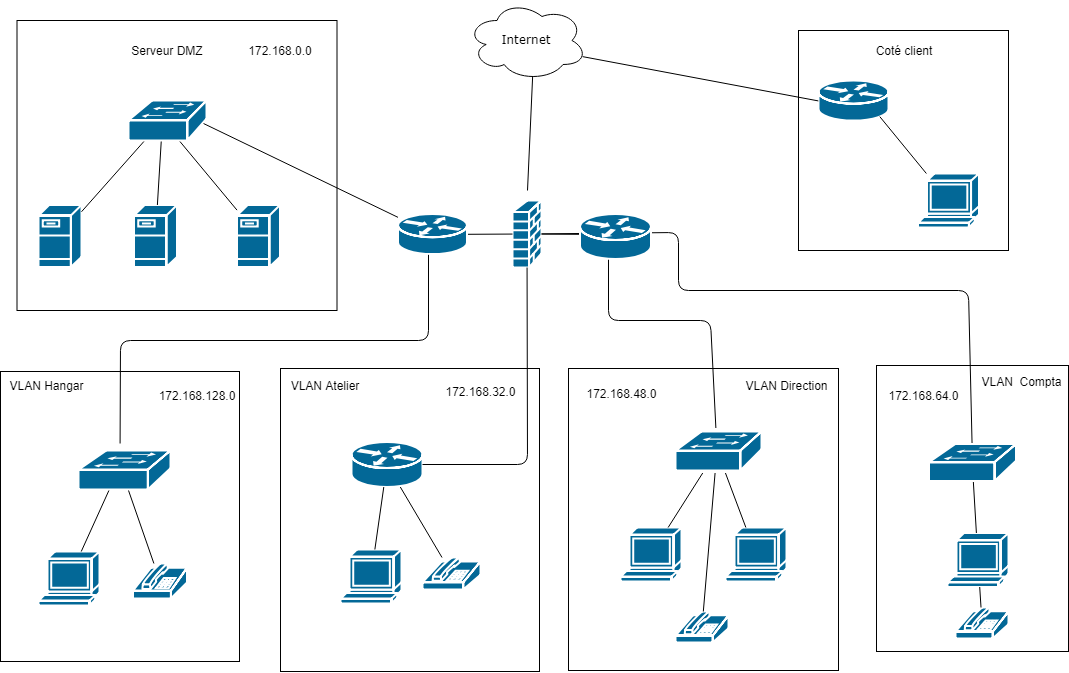
Earlier version of the draw.io export schémas/WoodyToys.png (robinp12/Projet-Admin). Source tidied: cells renumbered, new cells last; positions are measured from the earlier drawing's top-left corner, leaving out a move shared by most shapes.
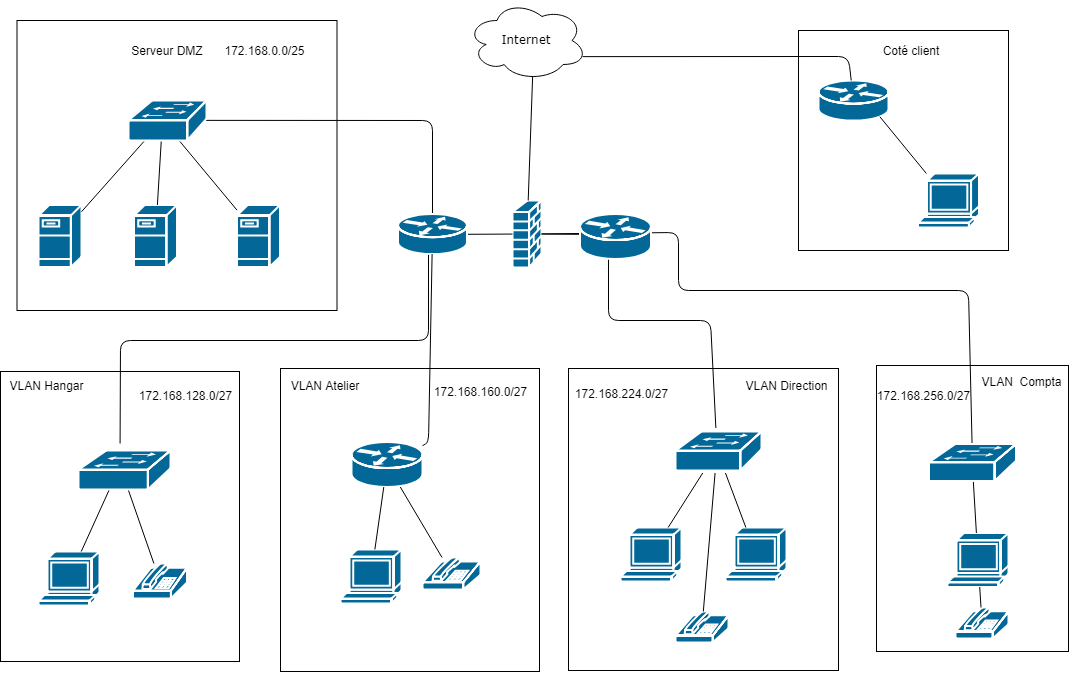
Above is the later version.

The edit, as a diff of the source:
```diff
@@ -15,7 +15,7 @@
       <mxGeometry x="798" y="30" width="210" height="220" as="geometry" />
     </mxCell>
     <mxCell id="6" value="Coté client" style="text;html=1;strokeColor=none;fillColor=none;align=center;verticalAlign=middle;whiteSpace=wrap;rounded=0;" parent="1" vertex="1">
-      <mxGeometry x="858" y="30" width="90" height="40" as="geometry" />
+      <mxGeometry x="865" y="30" width="90" height="40" as="geometry" />
     </mxCell>
     <mxCell id="7" style="shape=mxgraph.cisco.computers_and_peripherals.terminal;html=1;dashed=0;fillColor=#036897;strokeColor=#ffffff;strokeWidth=2;verticalLabelPosition=bottom;verticalAlign=top;align=center;outlineConnect=0;" parent="1" vertex="1">
       <mxGeometry x="917.5" y="173" width="61" height="54" as="geometry" />
@@ -23,13 +23,15 @@
     <mxCell id="8" style="shape=mxgraph.cisco.routers.router;html=1;dashed=0;fillColor=#036897;strokeColor=#ffffff;strokeWidth=2;verticalLabelPosition=bottom;verticalAlign=top;align=center;outlineConnect=0;" parent="1" vertex="1">
       <mxGeometry x="818" y="80" width="70" height="40" as="geometry" />
     </mxCell>
-    <mxCell id="9" style="endArrow=none;html=1;entryX=0.55;entryY=0.95;entryDx=0;entryDy=0;entryPerimeter=0;" parent="1" edge="1" target="2">
-      <mxGeometry relative="1" as="geometry">
-        <mxPoint x="527" y="190" as="sourcePoint" />
-      </mxGeometry>
+    <mxCell id="9" style="endArrow=none;html=1;entryX=0.55;entryY=0.95;entryDx=0;entryDy=0;entryPerimeter=0;" parent="1" edge="1" source="4" target="2">
+      <mxGeometry relative="1" as="geometry" />
     </mxCell>
-    <mxCell id="10" style="endArrow=none;html=1;entryX=0.96;entryY=0.7;entryDx=0;entryDy=0;entryPerimeter=0;exitX=0;exitY=0.5;exitDx=0;exitDy=0;exitPerimeter=0;" parent="1" edge="1" source="8" target="2">
-      <mxGeometry relative="1" as="geometry" />
+    <mxCell id="10" style="endArrow=none;html=1;entryX=0.96;entryY=0.7;entryDx=0;entryDy=0;entryPerimeter=0;" parent="1" edge="1" source="8" target="2">
+      <mxGeometry relative="1" as="geometry">
+        <Array as="points">
+          <mxPoint x="848" y="56" />
+        </Array>
+      </mxGeometry>
     </mxCell>
     <mxCell id="11" style="endArrow=none;html=1;entryX=0.88;entryY=0.9;entryDx=0;entryDy=0;entryPerimeter=0;" parent="1" edge="1" source="7" target="8">
       <mxGeometry relative="1" as="geometry" />
@@ -152,13 +154,6 @@
         </Array>
       </mxGeometry>
     </mxCell>
-    <mxCell id="45" style="endArrow=none;html=1;" parent="1" edge="1" source="4" target="23">
-      <mxGeometry relative="1" as="geometry">
-        <Array as="points">
-          <mxPoint x="527" y="464" />
-        </Array>
-      </mxGeometry>
-    </mxCell>
     <mxCell id="46" style="endArrow=none;html=1;" parent="1" edge="1" source="4">
       <mxGeometry relative="1" as="geometry">
         <mxPoint x="715.4" y="427.5" as="targetPoint" />
@@ -181,6 +176,9 @@
     <mxCell id="48" style="endArrow=none;html=1;" parent="1" edge="1" source="52">
       <mxGeometry relative="1" as="geometry">
         <mxPoint x="196.5" y="119.9" as="targetPoint" />
+        <Array as="points">
+          <mxPoint x="432" y="120" />
+        </Array>
       </mxGeometry>
     </mxCell>
     <mxCell id="49" style="endArrow=none;html=1;" parent="1" edge="1" source="14">
@@ -216,20 +214,27 @@
     <mxCell id="57" style="shape=mxgraph.cisco.switches.workgroup_switch;html=1;dashed=0;fillColor=#036897;strokeColor=#ffffff;strokeWidth=2;verticalLabelPosition=bottom;verticalAlign=top;align=center;outlineConnect=0;" parent="1" vertex="1">
       <mxGeometry x="928.5" y="443.5" width="87" height="37" as="geometry" />
     </mxCell>
-    <mxCell id="58" value="172.168.0.0" style="text;html=1;strokeColor=none;fillColor=none;align=center;verticalAlign=middle;whiteSpace=wrap;rounded=0;" parent="1" vertex="1">
-      <mxGeometry x="260" y="40" width="40" height="20" as="geometry" />
+    <mxCell id="58" value="172.168.0.0/25" style="text;html=1;strokeColor=none;fillColor=none;align=center;verticalAlign=middle;whiteSpace=wrap;rounded=0;" parent="1" vertex="1">
+      <mxGeometry x="228" y="40" width="72" height="20" as="geometry" />
     </mxCell>
-    <mxCell id="59" value="172.168.128.0" style="text;html=1;strokeColor=none;fillColor=none;align=center;verticalAlign=middle;whiteSpace=wrap;rounded=0;" parent="1" vertex="1">
-      <mxGeometry x="176.5" y="384.5" width="40" height="20" as="geometry" />
+    <mxCell id="59" value="172.168.128.0/27" style="text;html=1;strokeColor=none;fillColor=none;align=center;verticalAlign=middle;whiteSpace=wrap;rounded=0;" parent="1" vertex="1">
+      <mxGeometry x="165" y="384.5" width="40" height="20" as="geometry" />
     </mxCell>
-    <mxCell id="60" value="172.168.32.0" style="text;html=1;strokeColor=none;fillColor=none;align=center;verticalAlign=middle;whiteSpace=wrap;rounded=0;" parent="1" vertex="1">
+    <mxCell id="60" value="172.168.160.0/27" style="text;html=1;strokeColor=none;fillColor=none;align=center;verticalAlign=middle;whiteSpace=wrap;rounded=0;" parent="1" vertex="1">
       <mxGeometry x="460" y="381" width="40" height="20" as="geometry" />
     </mxCell>
-    <mxCell id="61" value="172.168.64.0" style="text;html=1;strokeColor=none;fillColor=none;align=center;verticalAlign=middle;whiteSpace=wrap;rounded=0;" parent="1" vertex="1">
+    <mxCell id="61" value="172.168.256.0/27" style="text;html=1;strokeColor=none;fillColor=none;align=center;verticalAlign=middle;whiteSpace=wrap;rounded=0;" parent="1" vertex="1">
       <mxGeometry x="903" y="384.5" width="40" height="20" as="geometry" />
     </mxCell>
-    <mxCell id="62" value="172.168.48.0" style="text;html=1;strokeColor=none;fillColor=none;align=center;verticalAlign=middle;whiteSpace=wrap;rounded=0;" parent="1" vertex="1">
+    <mxCell id="62" value="172.168.224.0/27" style="text;html=1;strokeColor=none;fillColor=none;align=center;verticalAlign=middle;whiteSpace=wrap;rounded=0;" parent="1" vertex="1">
       <mxGeometry x="600.5" y="383" width="40" height="20" as="geometry" />
     </mxCell>
+    <mxCell id="63" style="endArrow=none;html=1;" parent="1" edge="1" source="23" target="52">
+      <mxGeometry relative="1" as="geometry">
+        <Array as="points">
+          <mxPoint x="428" y="442" />
+        </Array>
+      </mxGeometry>
+    </mxCell>
   </root>
 </mxGraphModel>
```
